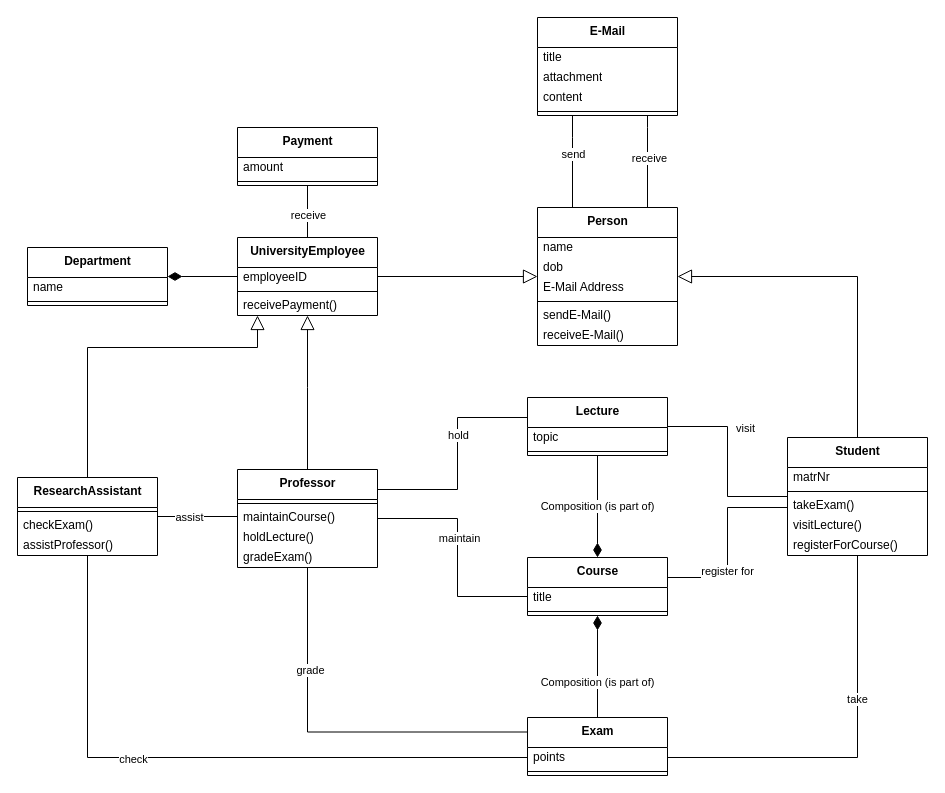
Earlier version of the draw.io diagram test_cases/test_requirements.drawio (Bimi1804/BiT-ReNU). Source tidied: cells renumbered, new cells numbered last; positions are measured from the earlier drawing's top-left corner, leaving out a move shared by most shapes. Both pictures are drawn from the tidied source at 100%, with x=0, y=0 at pixel (17, 17).
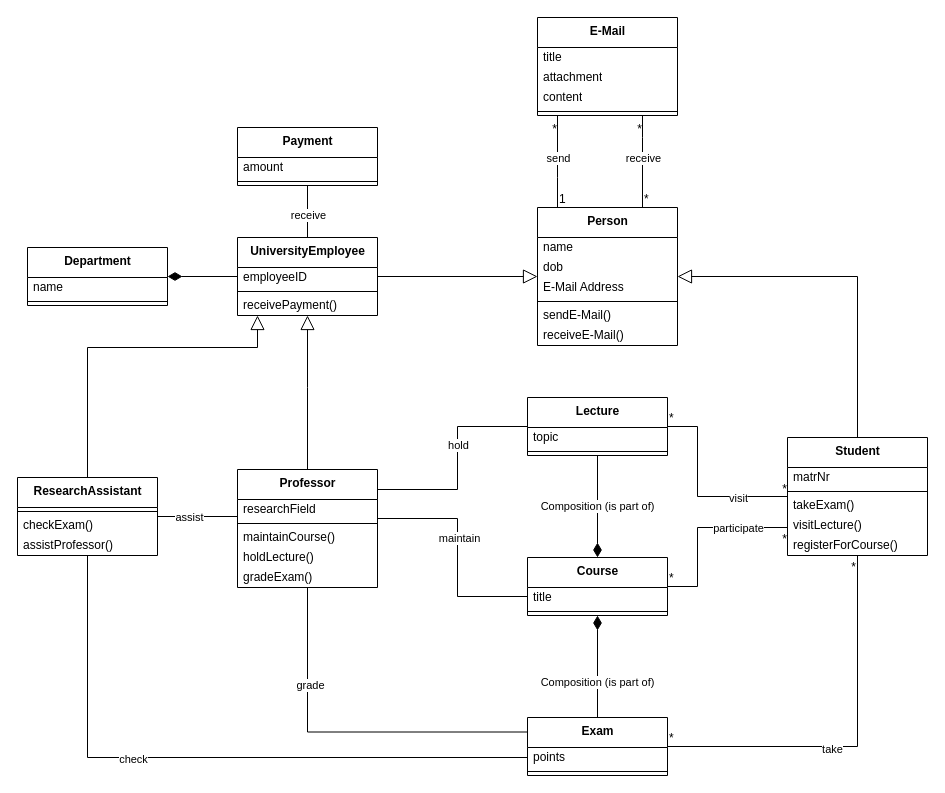
The same page after the edit.

The change refers to these unchanged cells:
```xml
<mxCell id="17" value="&lt;b&gt;Student&lt;/b&gt;" style="swimlane;fontStyle=0;align=center;verticalAlign=top;horizontal=1;startSize=30;html=1;" parent="1" vertex="1">
  <mxGeometry x="770" y="420" width="140" height="118" as="geometry" />
</mxCell>
<mxCell id="23" value="&lt;b&gt;Exam&lt;/b&gt;" style="swimlane;fontStyle=0;align=center;verticalAlign=top;horizontal=1;startSize=30;html=1;" parent="1" vertex="1">
  <mxGeometry x="510" y="700" width="140" height="58" as="geometry" />
</mxCell>
<mxCell id="24" value="points" style="text;html=1;strokeColor=none;fillColor=none;align=left;verticalAlign=middle;spacingLeft=4;spacingRight=4;overflow=hidden;points=[[0,0.5],[1,0.5]];portConstraint=eastwest;" parent="23" vertex="1">
  <mxGeometry y="30" width="140" height="20" as="geometry" />
</mxCell>
<mxCell id="29" value="&lt;b&gt;Course&lt;/b&gt;" style="swimlane;fontStyle=0;align=center;verticalAlign=top;horizontal=1;startSize=30;html=1;" parent="1" vertex="1">
  <mxGeometry x="510" y="540" width="140" height="58" as="geometry" />
</mxCell>
<mxCell id="38" value="&lt;b&gt;Person&lt;/b&gt;" style="swimlane;fontStyle=0;align=center;verticalAlign=top;horizontal=1;startSize=30;html=1;" parent="1" vertex="1">
  <mxGeometry x="520" y="190" width="140" height="138" as="geometry" />
</mxCell>
<mxCell id="61" value="&lt;b&gt;Lecture&lt;/b&gt;" style="swimlane;fontStyle=0;align=center;verticalAlign=top;horizontal=1;startSize=30;html=1;" parent="1" vertex="1">
  <mxGeometry x="510" y="380" width="140" height="58" as="geometry" />
</mxCell>
<mxCell id="69" value="&lt;b&gt;E-Mail&lt;/b&gt;" style="swimlane;fontStyle=0;align=center;verticalAlign=top;horizontal=1;startSize=30;html=1;" parent="1" vertex="1">
  <mxGeometry x="520" width="140" height="98" as="geometry" />
</mxCell>
```

The edit, as a diff of the source:
```diff
@@
-    <mxCell id="4" style="edgeStyle=orthogonalEdgeStyle;rounded=0;jettySize=auto;html=1;entryX=0;entryY=0.25;entryDx=0;entryDy=0;endArrow=none;endFill=0;exitX=1;exitY=0.25;exitDx=0;exitDy=0;" parent="1" edge="1" source="8" target="61">
+    <mxCell id="4" style="edgeStyle=orthogonalEdgeStyle;rounded=0;jettySize=auto;html=1;endArrow=none;endFill=0;exitX=1;exitY=0.25;exitDx=0;exitDy=0;" parent="1" edge="1" source="8" target="61">
       <mxGeometry relative="1" as="geometry">
         <Array as="points">
+          <mxPoint x="360" y="472" />
           <mxPoint x="440" y="472" />
-          <mxPoint x="440" y="400" />
+          <mxPoint x="440" y="409" />
         </Array>
       </mxGeometry>
     </mxCell>
@@
     <mxCell id="8" value="&lt;b&gt;Professor&lt;/b&gt;" style="swimlane;fontStyle=0;align=center;verticalAlign=top;horizontal=1;startSize=30;html=1;" parent="1" vertex="1">
-      <mxGeometry x="220" y="452" width="140" height="98" as="geometry" />
+      <mxGeometry x="220" y="452" width="140" height="118" as="geometry" />
     </mxCell>
+    <mxCell id="78" value="researchField" style="text;html=1;strokeColor=none;fillColor=none;align=left;verticalAlign=middle;spacingLeft=4;spacingRight=4;overflow=hidden;" parent="8" vertex="1">
+      <mxGeometry y="30" width="140" height="20" as="geometry" />
+    </mxCell>
     <mxCell id="9" style="line;strokeWidth=1;fillColor=none;align=left;verticalAlign=middle;spacingTop=-1;spacingLeft=3;spacingRight=3;labelPosition=right;" parent="8" vertex="1">
-      <mxGeometry y="30" width="140" height="8" as="geometry" />
+      <mxGeometry y="50" width="140" height="8" as="geometry" />
     </mxCell>
     <mxCell id="10" value="maintainCourse()" style="text;html=1;strokeColor=none;fillColor=none;align=left;verticalAlign=middle;spacingLeft=4;spacingRight=4;overflow=hidden;" parent="8" vertex="1">
-      <mxGeometry y="38" width="140" height="20" as="geometry" />
+      <mxGeometry y="58" width="140" height="20" as="geometry" />
     </mxCell>
     <mxCell id="11" value="holdLecture()" style="text;html=1;strokeColor=none;fillColor=none;align=left;verticalAlign=middle;spacingLeft=4;spacingRight=4;overflow=hidden;" parent="8" vertex="1">
-      <mxGeometry y="58" width="140" height="20" as="geometry" />
+      <mxGeometry y="78" width="140" height="20" as="geometry" />
     </mxCell>
     <mxCell id="12" value="gradeExam()" style="text;html=1;strokeColor=none;fillColor=none;align=left;verticalAlign=middle;spacingLeft=4;spacingRight=4;overflow=hidden;" parent="8" vertex="1">
-      <mxGeometry y="78" width="140" height="20" as="geometry" />
+      <mxGeometry y="98" width="140" height="20" as="geometry" />
     </mxCell>
-    <mxCell id="13" style="edgeStyle=orthogonalEdgeStyle;rounded=0;jettySize=auto;html=1;entryX=1;entryY=0.5;entryDx=0;entryDy=0;endArrow=none;endFill=0;" parent="1" edge="1" source="17" target="24">
-      <mxGeometry relative="1" as="geometry" />
-    </mxCell>
-    <mxCell id="14" value="take" style="edgeLabel;html=1;align=center;verticalAlign=middle;" parent="13" vertex="1">
-      <mxGeometry x="-0.27" y="-1" relative="1" as="geometry" />
-    </mxCell>
-    <mxCell id="15" style="edgeStyle=orthogonalEdgeStyle;rounded=0;jettySize=auto;html=1;entryX=1;entryY=0.25;entryDx=0;entryDy=0;endArrow=none;endFill=0;" parent="1" edge="1" source="17" target="29">
-      <mxGeometry relative="1" as="geometry">
-        <Array as="points">
-          <mxPoint x="710" y="490" />
-          <mxPoint x="710" y="560" />
-          <mxPoint x="650" y="560" />
-        </Array>
-      </mxGeometry>
-    </mxCell>
-    <mxCell id="16" value="register for" style="edgeLabel;html=1;align=center;verticalAlign=middle;" parent="15" vertex="1">
-      <mxGeometry x="0.26" y="-1" relative="1" as="geometry" />
-    </mxCell>
@@
-    <mxCell id="34" style="edgeStyle=orthogonalEdgeStyle;rounded=0;jettySize=auto;html=1;startArrow=none;startFill=0;endArrow=none;endFill=0;startSize=12;exitX=0.25;exitY=0;exitDx=0;exitDy=0;" parent="1" edge="1" source="38" target="69">
-      <mxGeometry relative="1" as="geometry">
-        <Array as="points">
-          <mxPoint x="555" y="120" />
-          <mxPoint x="555" y="120" />
-        </Array>
-      </mxGeometry>
-    </mxCell>
-    <mxCell id="35" value="send" style="edgeLabel;html=1;align=center;verticalAlign=middle;" parent="34" vertex="1">
-      <mxGeometry x="0.18" relative="1" as="geometry" />
-    </mxCell>
-    <mxCell id="36" style="edgeStyle=orthogonalEdgeStyle;rounded=0;jettySize=auto;html=1;startArrow=none;startFill=0;endArrow=none;endFill=0;startSize=12;" parent="1" edge="1" source="38" target="69">
-      <mxGeometry relative="1" as="geometry">
-        <Array as="points">
-          <mxPoint x="630" y="110" />
-          <mxPoint x="630" y="110" />
-        </Array>
-      </mxGeometry>
-    </mxCell>
-    <mxCell id="37" value="receive" style="edgeLabel;html=1;align=center;verticalAlign=middle;" parent="36" vertex="1">
-      <mxGeometry x="0.28" y="-1" relative="1" as="geometry">
-        <mxPoint y="9" as="offset" />
-      </mxGeometry>
-    </mxCell>
@@
-    <mxCell id="59" style="edgeStyle=orthogonalEdgeStyle;rounded=0;jettySize=auto;html=1;endArrow=none;endFill=0;" parent="1" edge="1" source="61" target="17">
-      <mxGeometry relative="1" as="geometry" />
-    </mxCell>
-    <mxCell id="60" value="visit" style="edgeLabel;html=1;align=center;verticalAlign=middle;" parent="59" vertex="1">
-      <mxGeometry x="-0.48" y="-1" relative="1" as="geometry">
-        <mxPoint x="28" as="offset" />
-      </mxGeometry>
-    </mxCell>
@@
+    <mxCell id="79" style="endArrow=none;html=1;rounded=0;edgeStyle=orthogonalEdgeStyle;" parent="1" edge="1" source="23" target="17">
+      <mxGeometry relative="1" as="geometry" />
+    </mxCell>
+    <mxCell id="80" value="*" style="html=1;align=left;verticalAlign=bottom;" parent="79" vertex="1">
+      <mxGeometry x="-1" relative="1" as="geometry" />
+    </mxCell>
+    <mxCell id="81" value="*" style="html=1;align=right;verticalAlign=bottom;" parent="79" vertex="1">
+      <mxGeometry x="1" relative="1" as="geometry">
+        <mxPoint x="-1" y="20" as="offset" />
+      </mxGeometry>
+    </mxCell>
+    <mxCell id="14" value="take" style="edgeLabel;html=1;align=center;verticalAlign=middle;" parent="79" vertex="1">
+      <mxGeometry x="-0.14" y="-2" relative="1" as="geometry" />
+    </mxCell>
+    <mxCell id="59" style="endArrow=none;html=1;rounded=0;edgeStyle=orthogonalEdgeStyle;" parent="1" edge="1" source="61" target="17">
+      <mxGeometry relative="1" as="geometry">
+        <Array as="points">
+          <mxPoint x="680" y="409" />
+          <mxPoint x="680" y="479" />
+        </Array>
+      </mxGeometry>
+    </mxCell>
+    <mxCell id="82" value="*" style="html=1;align=left;verticalAlign=bottom;" parent="59" vertex="1">
+      <mxGeometry x="-1" relative="1" as="geometry" />
+    </mxCell>
+    <mxCell id="83" value="*" style="html=1;align=right;verticalAlign=bottom;" parent="59" vertex="1">
+      <mxGeometry x="1" relative="1" as="geometry">
+        <mxPoint y="1" as="offset" />
+      </mxGeometry>
+    </mxCell>
+    <mxCell id="60" value="visit" style="edgeLabel;html=1;align=center;verticalAlign=middle;" parent="59" vertex="1">
+      <mxGeometry x="-0.14" y="-2" relative="1" as="geometry">
+        <mxPoint x="42" y="19" as="offset" />
+      </mxGeometry>
+    </mxCell>
+    <mxCell id="84" style="endArrow=none;html=1;rounded=0;edgeStyle=orthogonalEdgeStyle;" parent="1" edge="1" source="29" target="17">
+      <mxGeometry relative="1" as="geometry">
+        <Array as="points">
+          <mxPoint x="680" y="569" />
+          <mxPoint x="680" y="510" />
+        </Array>
+      </mxGeometry>
+    </mxCell>
+    <mxCell id="85" value="*" style="html=1;align=left;verticalAlign=bottom;" parent="84" vertex="1">
+      <mxGeometry x="-1" relative="1" as="geometry" />
+    </mxCell>
+    <mxCell id="86" value="*" style="html=1;align=right;verticalAlign=bottom;" parent="84" vertex="1">
+      <mxGeometry x="1" relative="1" as="geometry">
+        <mxPoint y="20" as="offset" />
+      </mxGeometry>
+    </mxCell>
+    <mxCell id="87" value="participate" style="edgeLabel;html=1;align=center;verticalAlign=middle;" parent="84" vertex="1">
+      <mxGeometry x="-0.14" y="-2" relative="1" as="geometry">
+        <mxPoint x="38" y="-12" as="offset" />
+      </mxGeometry>
+    </mxCell>
+    <mxCell id="88" style="endArrow=none;html=1;rounded=0;edgeStyle=orthogonalEdgeStyle;" parent="1" edge="1" source="38" target="69">
+      <mxGeometry relative="1" as="geometry">
+        <Array as="points">
+          <mxPoint x="540" y="160" />
+          <mxPoint x="540" y="160" />
+        </Array>
+      </mxGeometry>
+    </mxCell>
+    <mxCell id="89" value="1" style="html=1;align=left;verticalAlign=bottom;" parent="88" vertex="1">
+      <mxGeometry x="-1" relative="1" as="geometry" />
+    </mxCell>
+    <mxCell id="90" value="*" style="html=1;align=right;verticalAlign=bottom;" parent="88" vertex="1">
+      <mxGeometry x="1" relative="1" as="geometry">
+        <mxPoint y="22" as="offset" />
+      </mxGeometry>
+    </mxCell>
+    <mxCell id="35" value="send" style="edgeLabel;html=1;align=center;verticalAlign=middle;" parent="88" vertex="1">
+      <mxGeometry x="-0.14" y="-2" relative="1" as="geometry">
+        <mxPoint x="-2" y="-10" as="offset" />
+      </mxGeometry>
+    </mxCell>
+    <mxCell id="91" style="endArrow=none;html=1;rounded=0;edgeStyle=orthogonalEdgeStyle;exitX=0.75;exitY=0;exitDx=0;exitDy=0;" parent="1" edge="1" source="38" target="69">
+      <mxGeometry relative="1" as="geometry">
+        <Array as="points">
+          <mxPoint x="625" y="120" />
+          <mxPoint x="625" y="120" />
+        </Array>
+      </mxGeometry>
+    </mxCell>
+    <mxCell id="92" value="*" style="html=1;align=left;verticalAlign=bottom;" parent="91" vertex="1">
+      <mxGeometry x="-1" relative="1" as="geometry" />
+    </mxCell>
+    <mxCell id="93" value="*" style="html=1;align=right;verticalAlign=bottom;" parent="91" vertex="1">
+      <mxGeometry x="1" relative="1" as="geometry">
+        <mxPoint y="22" as="offset" />
+      </mxGeometry>
+    </mxCell>
+    <mxCell id="37" value="receive" style="edgeLabel;html=1;align=center;verticalAlign=middle;" parent="91" vertex="1">
+      <mxGeometry x="-0.14" y="-2" relative="1" as="geometry">
+        <mxPoint x="-2" y="-10" as="offset" />
+      </mxGeometry>
+    </mxCell>
```
